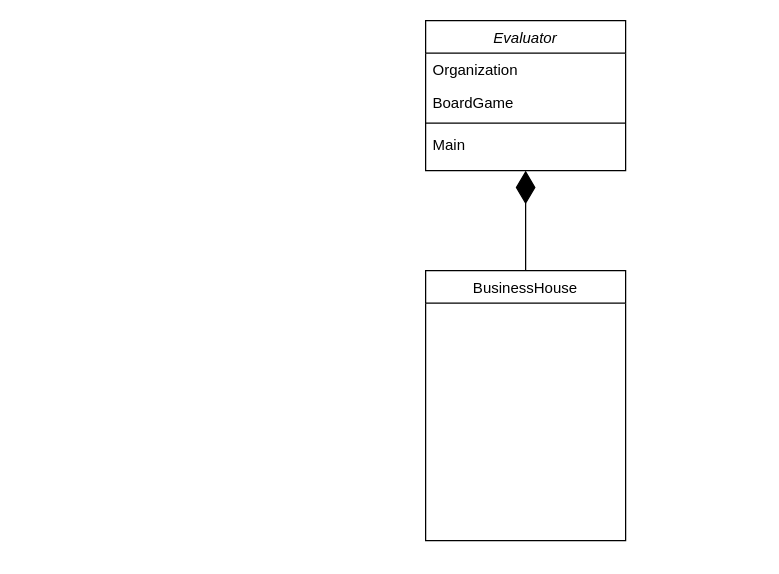
The draw.io diagram design/boardgame-logicalview.drawio in ksivasenthil/boardgame, before the edit. Source tidied: cells renumbered, new cells numbered last; positions are measured from the earlier drawing's top-left corner, leaving out a move shared by most shapes. Both pictures are drawn from the tidied source at 125%, with x=0, y=0 at pixel (425, 20).
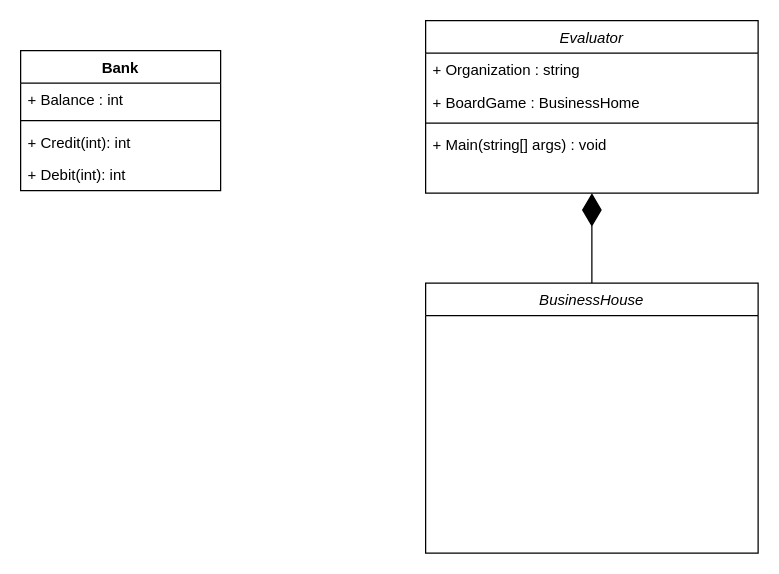
Above is the later version.

Commit message:
added abstract class bank, formatted visuals in couple of places

What changed in the source:
```diff
@@
 <mxGraphModel>
   <root>
     <mxCell id="0" />
     <mxCell id="1" parent="0" />
     <mxCell id="2" value="Evaluator" style="swimlane;fontStyle=2;align=center;verticalAlign=top;horizontal=1;startSize=26;rounded=0;shadow=0;strokeWidth=1;" parent="1" vertex="1">
-      <mxGeometry width="160" height="120" as="geometry" />
+      <mxGeometry width="266" height="138" as="geometry" />
     </mxCell>
-    <mxCell id="3" value="Organization" style="text;align=left;verticalAlign=top;spacingLeft=4;spacingRight=4;overflow=hidden;rounded=0;shadow=0;html=0;" parent="2" vertex="1">
-      <mxGeometry y="26" width="160" height="26" as="geometry" />
+    <mxCell id="3" value="+ Organization : string" style="text;align=left;verticalAlign=top;spacingLeft=4;spacingRight=4;overflow=hidden;rounded=0;shadow=0;html=0;" parent="2" vertex="1">
+      <mxGeometry y="26" width="266" height="26" as="geometry" />
     </mxCell>
-    <mxCell id="4" value="BoardGame" style="text;align=left;verticalAlign=top;spacingLeft=4;spacingRight=4;overflow=hidden;rounded=0;shadow=0;html=0;" parent="2" vertex="1">
-      <mxGeometry y="52" width="160" height="26" as="geometry" />
+    <mxCell id="4" value="+ BoardGame : BusinessHome" style="text;align=left;verticalAlign=top;spacingLeft=4;spacingRight=4;overflow=hidden;rounded=0;shadow=0;html=0;" parent="2" vertex="1">
+      <mxGeometry y="52" width="266" height="26" as="geometry" />
     </mxCell>
     <mxCell id="5" style="line;html=1;strokeWidth=1;align=left;verticalAlign=middle;spacingTop=-1;spacingLeft=3;spacingRight=3;labelPosition=right;" parent="2" vertex="1">
-      <mxGeometry y="78" width="160" height="8" as="geometry" />
+      <mxGeometry y="78" width="266" height="8" as="geometry" />
     </mxCell>
-    <mxCell id="6" value="Main" style="text;align=left;verticalAlign=top;spacingLeft=4;spacingRight=4;overflow=hidden;" parent="2" vertex="1">
-      <mxGeometry y="86" width="160" height="26" as="geometry" />
+    <mxCell id="6" value="+ Main(string[] args) : void" style="text;align=left;verticalAlign=top;spacingLeft=4;spacingRight=4;overflow=hidden;" parent="2" vertex="1">
+      <mxGeometry y="86" width="266" height="26" as="geometry" />
     </mxCell>
     <mxCell id="7" style="endArrow=diamondThin;endFill=1;endSize=24;html=1;exitX=0.5;exitY=0;exitDx=0;exitDy=0;entryX=0.5;entryY=1;entryDx=0;entryDy=0;" parent="1" edge="1" source="8" target="2">
       <mxGeometry relative="1" as="geometry" />
     </mxCell>
-    <mxCell id="8" value="BusinessHouse" style="swimlane;fontStyle=0;align=center;verticalAlign=top;horizontal=1;startSize=26;rounded=0;shadow=0;strokeWidth=1;" parent="1" vertex="1">
-      <mxGeometry y="200" width="160" height="216" as="geometry" />
+    <mxCell id="8" value="BusinessHouse" style="swimlane;fontStyle=2;align=center;verticalAlign=top;horizontal=1;startSize=26;rounded=0;shadow=0;strokeWidth=1;" parent="1" vertex="1">
+      <mxGeometry y="210" width="266" height="216" as="geometry" />
     </mxCell>
+    <mxCell id="9" value="Bank" style="swimlane;fontStyle=1;align=center;verticalAlign=top;horizontal=1;startSize=26;" parent="1" vertex="1">
+      <mxGeometry x="-324" y="24" width="160" height="112" as="geometry" />
+    </mxCell>
+    <mxCell id="10" value="+ Balance : int" style="text;strokeColor=none;fillColor=none;align=left;verticalAlign=top;spacingLeft=4;spacingRight=4;overflow=hidden;" parent="9" vertex="1">
+      <mxGeometry y="26" width="160" height="26" as="geometry" />
+    </mxCell>
+    <mxCell id="11" style="line;strokeWidth=1;fillColor=none;align=left;verticalAlign=middle;spacingTop=-1;spacingLeft=3;spacingRight=3;labelPosition=right;" parent="9" vertex="1">
+      <mxGeometry y="52" width="160" height="8" as="geometry" />
+    </mxCell>
+    <mxCell id="12" value="+ Credit(int): int" style="text;strokeColor=none;fillColor=none;align=left;verticalAlign=top;spacingLeft=4;spacingRight=4;overflow=hidden;" parent="9" vertex="1">
+      <mxGeometry y="60" width="160" height="26" as="geometry" />
+    </mxCell>
+    <mxCell id="13" value="+ Debit(int): int" style="text;strokeColor=none;fillColor=none;align=left;verticalAlign=top;spacingLeft=4;spacingRight=4;overflow=hidden;" parent="9" vertex="1">
+      <mxGeometry y="86" width="160" height="26" as="geometry" />
+    </mxCell>
   </root>
 </mxGraphModel>
```
